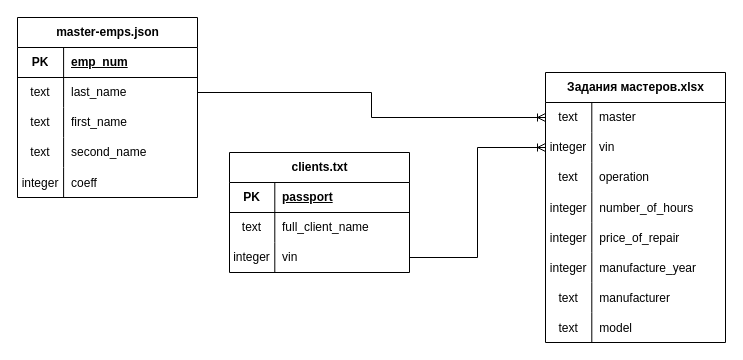
Earlier version of the draw.io diagram lr1/files/docs/lr1.drawio (VAXA99/IWaAS). Source tidied: cells renumbered, new cells numbered last; positions are measured from the earlier drawing's top-left corner, leaving out a move shared by most shapes. Both pictures are drawn from the tidied source at 100%, with x=0, y=0 at pixel (17, 17).
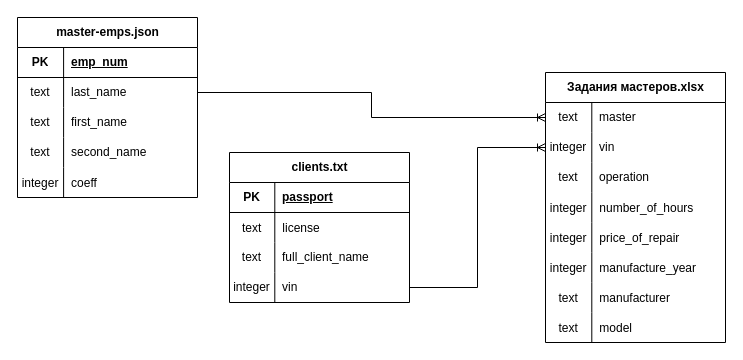
The same page after the edit.

Commit message (it also covers changes not shown here):
Fixed lab1 and lab2 with license data for clients

Change to the diagram source:
```diff
@@
     <mxCell id="18" value="clients.txt" style="shape=table;startSize=30;childLayout=tableLayout;rowLines=0;fontStyle=1;align=center;html=1;" parent="1" vertex="1">
-      <mxGeometry x="212" y="135" width="180" height="120" as="geometry" />
+      <mxGeometry x="212" y="135" width="180" height="150" as="geometry" />
     </mxCell>
@@
+    <mxCell id="55" style="shape=tableRow;horizontal=0;startSize=0;swimlaneHead=0;swimlaneBody=0;fillColor=none;top=0;left=0;right=0;bottom=0;" parent="18" vertex="1">
+      <mxGeometry y="60" width="180" height="30" as="geometry" />
+    </mxCell>
+    <mxCell id="56" value="text" style="shape=partialRectangle;fillColor=none;top=0;left=0;bottom=0;right=0;overflow=hidden;" parent="55" vertex="1">
+      <mxGeometry width="45.3" height="30" as="geometry" />
+    </mxCell>
+    <mxCell id="57" value="license" style="shape=partialRectangle;fillColor=none;top=0;left=0;bottom=0;right=0;align=left;spacingLeft=6;overflow=hidden;" parent="55" vertex="1">
+      <mxGeometry x="45.3" width="134.7" height="30" as="geometry" />
+    </mxCell>
     <mxCell id="22" style="shape=tableRow;horizontal=0;startSize=0;swimlaneHead=0;swimlaneBody=0;fillColor=none;top=0;left=0;right=0;bottom=0;" parent="18" vertex="1">
-      <mxGeometry y="60" width="180" height="30" as="geometry" />
+      <mxGeometry y="90" width="180" height="30" as="geometry" />
     </mxCell>
@@
     <mxCell id="25" style="shape=tableRow;horizontal=0;startSize=0;swimlaneHead=0;swimlaneBody=0;fillColor=none;points=[[0,0.5],[1,0.5]];portConstraint=eastwest;top=0;left=0;right=0;bottom=0;" parent="18" vertex="1">
-      <mxGeometry y="90" width="180" height="30" as="geometry" />
+      <mxGeometry y="120" width="180" height="30" as="geometry" />
     </mxCell>
```
